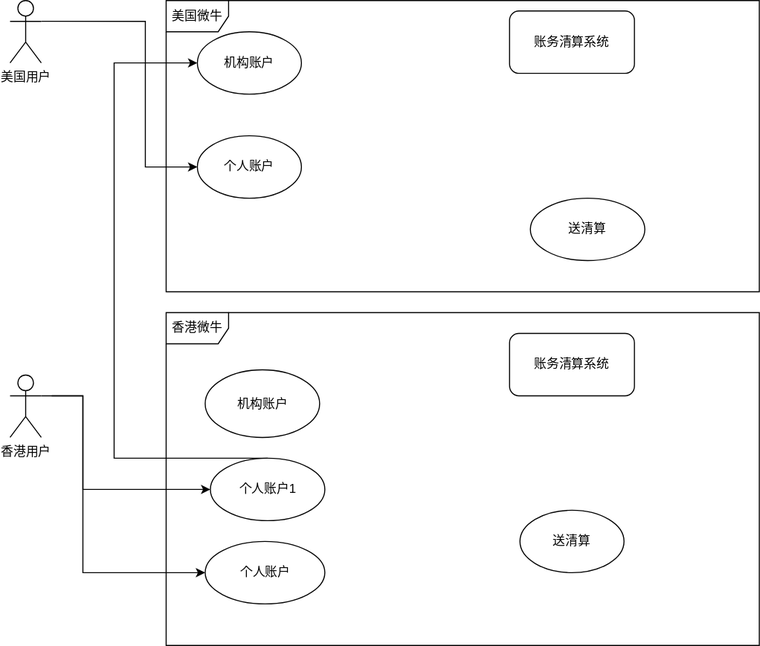
Earlier version of the draw.io export 未命名绘图.svg (dengying/MyLCT). Source tidied: cells renumbered, new cells last; positions are measured from the earlier drawing's top-left corner, leaving out a move shared by most shapes.
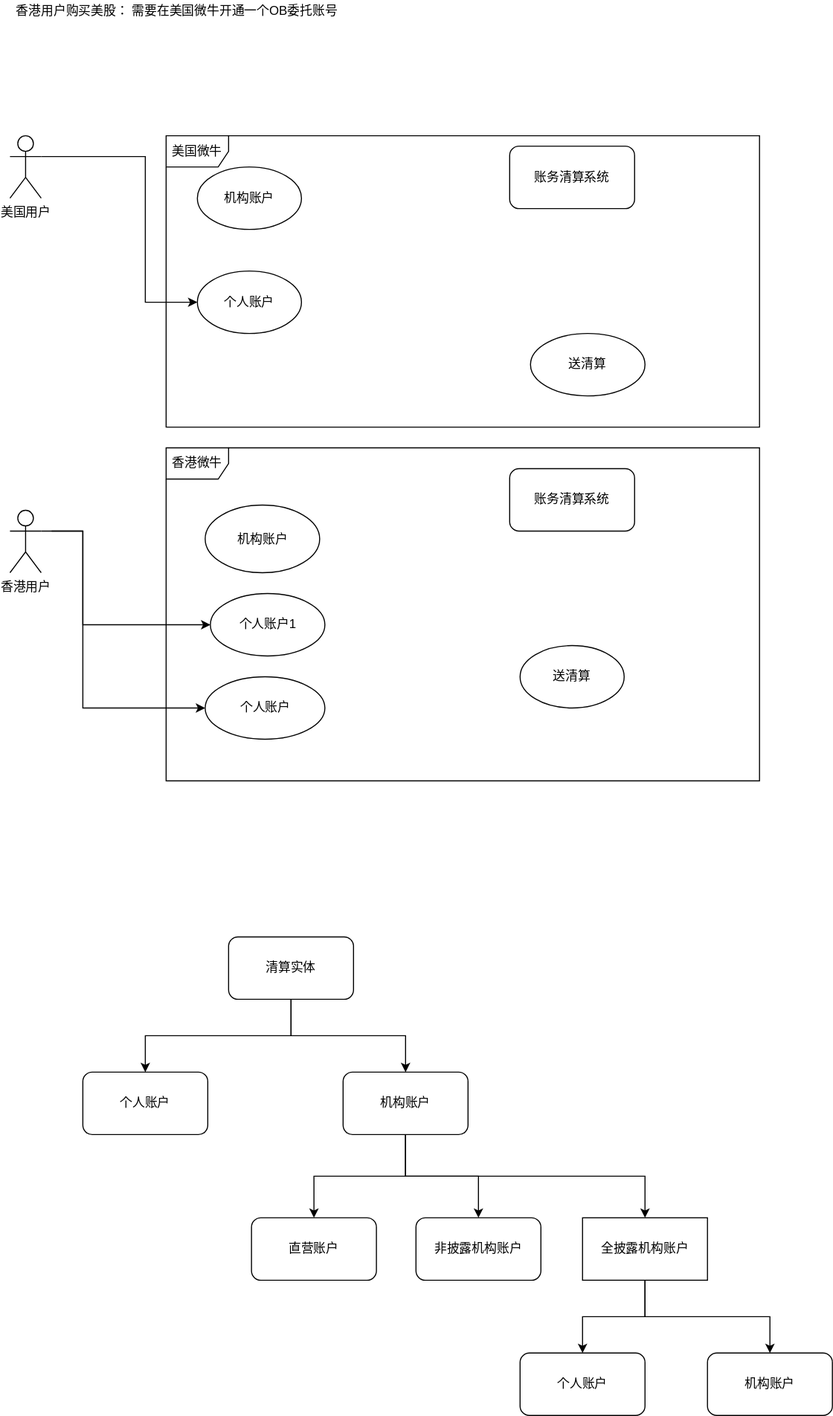
The same file after the commit.

Commit message:
更新未命名绘图.svg

Diff of the diagram source:
```diff
@@ -60,19 +60,59 @@
     <mxCell id="15" value="送清算" style="ellipse;whiteSpace=wrap;html=1;" parent="1" vertex="1">
       <mxGeometry x="500" y="190" width="110" height="60" as="geometry" />
     </mxCell>
-    <mxCell id="16" style="edgeStyle=orthogonalEdgeStyle;rounded=0;jettySize=auto;html=1;exitX=0.5;exitY=0;exitDx=0;exitDy=0;entryX=0;entryY=0.5;entryDx=0;entryDy=0;" parent="1" edge="1" source="17" target="6">
-      <mxGeometry relative="1" as="geometry">
-        <Array as="points">
-          <mxPoint x="100" y="440" />
-          <mxPoint x="100" y="60" />
-        </Array>
-      </mxGeometry>
-    </mxCell>
     <mxCell id="17" value="个人账户1" style="ellipse;whiteSpace=wrap;html=1;" parent="1" vertex="1">
       <mxGeometry x="192.5" y="440" width="110" height="60" as="geometry" />
     </mxCell>
     <mxCell id="18" value="送清算" style="ellipse;whiteSpace=wrap;html=1;" parent="1" vertex="1">
       <mxGeometry x="490" y="490" width="100" height="60" as="geometry" />
     </mxCell>
+    <mxCell id="19" style="edgeStyle=orthogonalEdgeStyle;rounded=0;jettySize=auto;html=1;exitX=0.5;exitY=1;exitDx=0;exitDy=0;" parent="1" edge="1" source="21" target="22">
+      <mxGeometry relative="1" as="geometry" />
+    </mxCell>
+    <mxCell id="20" style="edgeStyle=orthogonalEdgeStyle;rounded=0;jettySize=auto;html=1;entryX=0.5;entryY=0;entryDx=0;entryDy=0;" parent="1" edge="1" source="21" target="26">
+      <mxGeometry relative="1" as="geometry" />
+    </mxCell>
+    <mxCell id="21" value="清算实体" style="rounded=1;whiteSpace=wrap;html=1;" parent="1" vertex="1">
+      <mxGeometry x="210" y="770" width="120" height="60" as="geometry" />
+    </mxCell>
+    <mxCell id="22" value="个人账户" style="rounded=1;whiteSpace=wrap;html=1;" parent="1" vertex="1">
+      <mxGeometry x="70" y="900" width="120" height="60" as="geometry" />
+    </mxCell>
+    <mxCell id="23" style="edgeStyle=orthogonalEdgeStyle;rounded=0;jettySize=auto;html=1;exitX=0.5;exitY=1;exitDx=0;exitDy=0;entryX=0.5;entryY=0;entryDx=0;entryDy=0;" parent="1" edge="1" source="26" target="27">
+      <mxGeometry relative="1" as="geometry" />
+    </mxCell>
+    <mxCell id="24" style="edgeStyle=orthogonalEdgeStyle;rounded=0;jettySize=auto;html=1;exitX=0.5;exitY=1;exitDx=0;exitDy=0;" parent="1" edge="1" source="26" target="28">
+      <mxGeometry relative="1" as="geometry" />
+    </mxCell>
+    <mxCell id="25" style="edgeStyle=orthogonalEdgeStyle;rounded=0;jettySize=auto;html=1;exitX=0.5;exitY=1;exitDx=0;exitDy=0;entryX=0.5;entryY=0;entryDx=0;entryDy=0;" parent="1" edge="1" source="26" target="31">
+      <mxGeometry relative="1" as="geometry" />
+    </mxCell>
+    <mxCell id="26" value="机构账户" style="rounded=1;whiteSpace=wrap;html=1;" parent="1" vertex="1">
+      <mxGeometry x="320" y="900" width="120" height="60" as="geometry" />
+    </mxCell>
+    <mxCell id="27" value="直营账户" style="rounded=1;whiteSpace=wrap;html=1;" parent="1" vertex="1">
+      <mxGeometry x="232" y="1040" width="120" height="60" as="geometry" />
+    </mxCell>
+    <mxCell id="28" value="非披露机构账户" style="rounded=1;whiteSpace=wrap;html=1;" parent="1" vertex="1">
+      <mxGeometry x="390" y="1040" width="120" height="60" as="geometry" />
+    </mxCell>
+    <mxCell id="29" style="edgeStyle=orthogonalEdgeStyle;rounded=0;jettySize=auto;html=1;exitX=0.5;exitY=1;exitDx=0;exitDy=0;entryX=0.5;entryY=0;entryDx=0;entryDy=0;" parent="1" edge="1" source="31" target="32">
+      <mxGeometry relative="1" as="geometry" />
+    </mxCell>
+    <mxCell id="30" style="edgeStyle=orthogonalEdgeStyle;rounded=0;jettySize=auto;html=1;exitX=0.5;exitY=1;exitDx=0;exitDy=0;entryX=0.5;entryY=0;entryDx=0;entryDy=0;" parent="1" edge="1" source="31" target="33">
+      <mxGeometry relative="1" as="geometry" />
+    </mxCell>
+    <mxCell id="31" value="全披露机构账户" style="rounded=0;whiteSpace=wrap;html=1;" parent="1" vertex="1">
+      <mxGeometry x="550" y="1040" width="120" height="60" as="geometry" />
+    </mxCell>
+    <mxCell id="32" value="个人账户" style="rounded=1;whiteSpace=wrap;html=1;" parent="1" vertex="1">
+      <mxGeometry x="490" y="1170" width="120" height="60" as="geometry" />
+    </mxCell>
+    <mxCell id="33" value="机构账户" style="rounded=1;whiteSpace=wrap;html=1;" parent="1" vertex="1">
+      <mxGeometry x="670" y="1170" width="120" height="60" as="geometry" />
+    </mxCell>
+    <mxCell id="34" value="香港用户购买美股： 需要在美国微牛开通一个OB委托账号" style="text;html=1;align=center;verticalAlign=middle;" parent="1" vertex="1">
+      <mxGeometry y="-130" width="320" height="20" as="geometry" />
+    </mxCell>
   </root>
 </mxGraphModel>
```
